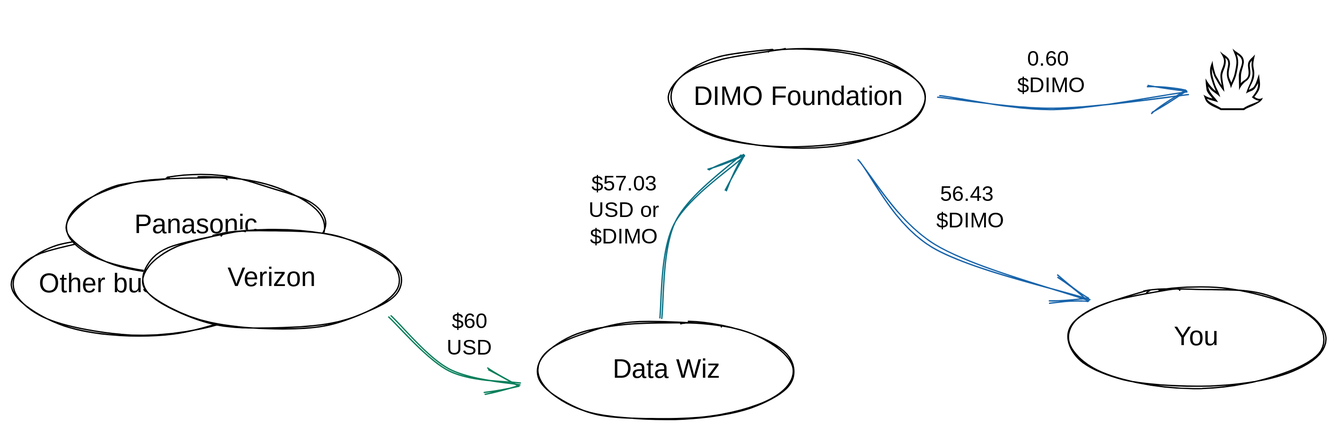
This is .gitbook/assets/file.drawing (5).svg from DIMO-Network/DIP, a Excalidraw export, as it was before one commit. Source tidied: one line per element, renumbered; positions are measured from the earlier drawing's top-left corner, leaving out a move shared by most shapes. The source it was exported from:
```json
{"id": 0, "type": "ellipse", "strokeColor": "#000000", "backgroundColor": "#ffffff", "fillStyle": "solid", "strokeWidth": 1, "roughness": 1, "x": 0, "y": 168, "width": 194, "height": 75}
{"id": 1, "type": "text", "text": "Other businesses", "strokeColor": "#000000", "strokeWidth": 1, "roughness": 1, "fontSize": 20, "fontFamily": 1, "textAlign": "center", "verticalAlign": "middle", "inside": 0, "x": 13, "y": 193, "width": 168, "height": 23}
{"id": 2, "type": "ellipse", "strokeColor": "#000000", "backgroundColor": "#ffffff", "fillStyle": "solid", "strokeWidth": 1, "roughness": 1, "x": 796, "y": 208, "width": 194, "height": 75}
{"id": 3, "type": "text", "text": "You", "strokeColor": "#000000", "strokeWidth": 1, "roughness": 1, "fontSize": 20, "fontFamily": 1, "textAlign": "center", "verticalAlign": "middle", "inside": 2, "x": 876, "y": 234, "width": 35, "height": 23}
{"id": 4, "type": "ellipse", "strokeColor": "#000000", "backgroundColor": "#ffffff", "fillStyle": "solid", "strokeWidth": 1, "roughness": 1, "x": 41, "y": 123, "width": 194, "height": 75}
{"id": 5, "type": "text", "text": "Panasonic", "strokeColor": "#000000", "strokeWidth": 1, "roughness": 1, "fontSize": 20, "fontFamily": 1, "textAlign": "center", "verticalAlign": "middle", "inside": 4, "x": 89, "y": 149, "width": 97, "height": 23}
{"id": 6, "type": "ellipse", "strokeColor": "#000000", "backgroundColor": "#ffffff", "fillStyle": "solid", "strokeWidth": 1, "roughness": 1, "x": 98, "y": 163, "width": 194, "height": 75}
{"id": 7, "type": "text", "text": "Verizon", "strokeColor": "#000000", "strokeWidth": 1, "roughness": 1, "fontSize": 20, "fontFamily": 1, "textAlign": "center", "verticalAlign": "middle", "inside": 6, "x": 161, "y": 189, "width": 68, "height": 23}
{"id": 8, "type": "ellipse", "strokeColor": "#000000", "backgroundColor": "#ffffff", "fillStyle": "solid", "strokeWidth": 1, "roughness": 1, "x": 396, "y": 233, "width": 194, "height": 75}
{"id": 9, "type": "text", "text": "Data Wiz", "strokeColor": "#000000", "strokeWidth": 1, "roughness": 1, "fontSize": 20, "fontFamily": 1, "textAlign": "center", "verticalAlign": "middle", "inside": 8, "x": 445, "y": 258, "width": 96, "height": 23}
{"id": 10, "type": "ellipse", "strokeColor": "#000000", "backgroundColor": "#ffffff", "fillStyle": "solid", "strokeWidth": 1, "roughness": 1, "x": 495, "y": 26, "width": 194, "height": 75}
{"id": 11, "type": "text", "text": "DIMO Foundation", "strokeColor": "#000000", "strokeWidth": 1, "roughness": 1, "fontSize": 20, "fontFamily": 1, "textAlign": "center", "verticalAlign": "middle", "inside": 10, "x": 506, "y": 52, "width": 172, "height": 23}
{"id": 12, "type": "text", "text": "🔥", "strokeColor": "#000000", "strokeWidth": 1, "roughness": 1, "fontSize": 67.58, "fontFamily": 1, "x": 896, "y": 0, "width": 81, "height": 98}
{"id": 13, "type": "arrow", "strokeColor": "#087f5b", "strokeWidth": 1, "roughness": 1, "endArrowhead": "arrow", "from": 6, "to": 8, "x": 284, "y": 229, "width": 98, "height": 50, "points": [[0, 0], [44, 41], [98, 50]]}
{"id": 14, "type": "arrow", "strokeColor": "#0b7285", "strokeWidth": 1, "roughness": 1, "endArrowhead": "arrow", "from": 8, "to": 10, "x": 490, "y": 229, "width": 61, "height": 122, "points": [[0, 0], [10, -72], [61, -122]]}
{"id": 15, "type": "arrow", "strokeColor": "#1864ab", "strokeWidth": 1, "roughness": 1, "endArrowhead": "arrow", "from": 10, "to": 2, "x": 638, "y": 112, "width": 175, "height": 106, "points": [[0, 0], [56, 65], [175, 106]]}
{"id": 16, "type": "arrow", "strokeColor": "#1864ab", "strokeWidth": 1, "roughness": 1, "endArrowhead": "arrow", "from": 10, "to": 12, "x": 699, "y": 64, "width": 189, "height": 12, "points": [[0, 0], [85, 9], [189, -3]]}
{"id": 17, "type": "text", "text": "0.60 \n$DIMO", "strokeColor": "#000000", "strokeWidth": 1, "roughness": 1, "fontSize": 16, "fontFamily": 1, "textAlign": "center", "x": 753, "y": 25, "width": 60, "height": 40}
{"id": 18, "type": "text", "text": "56.43 \n$DIMO", "strokeColor": "#000000", "strokeWidth": 1, "roughness": 1, "fontSize": 16, "fontFamily": 1, "textAlign": "center", "x": 692, "y": 128, "width": 60, "height": 40}
{"id": 19, "type": "text", "text": "$60\nUSD", "strokeColor": "#000000", "strokeWidth": 1, "roughness": 1, "fontSize": 16, "fontFamily": 1, "textAlign": "center", "x": 326, "y": 224, "width": 36, "height": 40}
{"id": 20, "type": "text", "text": "$57.03\nUSD or\n$DIMO", "strokeColor": "#000000", "strokeWidth": 1, "roughness": 1, "fontSize": 16, "fontFamily": 1, "textAlign": "center", "x": 431, "y": 120, "width": 60, "height": 60}
```
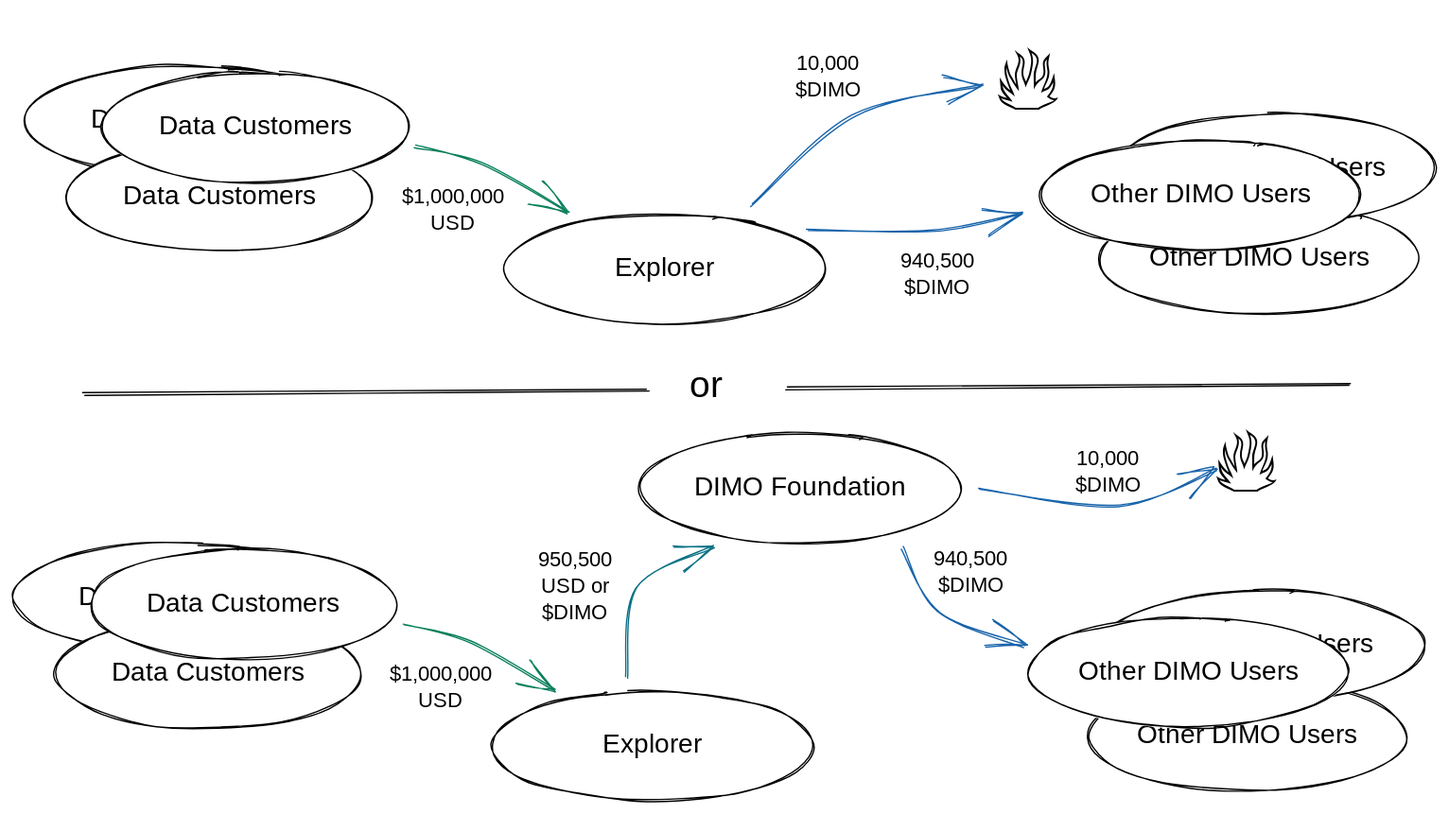
After the change.

The edit, as a diff of the source:
```diff
@@ -1,21 +1,49 @@
-{"id": 0, "type": "ellipse", "strokeColor": "#000000", "backgroundColor": "#ffffff", "fillStyle": "solid", "strokeWidth": 1, "roughness": 1, "x": 0, "y": 168, "width": 194, "height": 75}
-{"id": 1, "type": "text", "text": "Other businesses", "strokeColor": "#000000", "strokeWidth": 1, "roughness": 1, "fontSize": 20, "fontFamily": 1, "textAlign": "center", "verticalAlign": "middle", "inside": 0, "x": 13, "y": 193, "width": 168, "height": 23}
-{"id": 2, "type": "ellipse", "strokeColor": "#000000", "backgroundColor": "#ffffff", "fillStyle": "solid", "strokeWidth": 1, "roughness": 1, "x": 796, "y": 208, "width": 194, "height": 75}
-{"id": 3, "type": "text", "text": "You", "strokeColor": "#000000", "strokeWidth": 1, "roughness": 1, "fontSize": 20, "fontFamily": 1, "textAlign": "center", "verticalAlign": "middle", "inside": 2, "x": 876, "y": 234, "width": 35, "height": 23}
-{"id": 4, "type": "ellipse", "strokeColor": "#000000", "backgroundColor": "#ffffff", "fillStyle": "solid", "strokeWidth": 1, "roughness": 1, "x": 41, "y": 123, "width": 194, "height": 75}
-{"id": 5, "type": "text", "text": "Panasonic", "strokeColor": "#000000", "strokeWidth": 1, "roughness": 1, "fontSize": 20, "fontFamily": 1, "textAlign": "center", "verticalAlign": "middle", "inside": 4, "x": 89, "y": 149, "width": 97, "height": 23}
-{"id": 6, "type": "ellipse", "strokeColor": "#000000", "backgroundColor": "#ffffff", "fillStyle": "solid", "strokeWidth": 1, "roughness": 1, "x": 98, "y": 163, "width": 194, "height": 75}
-{"id": 7, "type": "text", "text": "Verizon", "strokeColor": "#000000", "strokeWidth": 1, "roughness": 1, "fontSize": 20, "fontFamily": 1, "textAlign": "center", "verticalAlign": "middle", "inside": 6, "x": 161, "y": 189, "width": 68, "height": 23}
-{"id": 8, "type": "ellipse", "strokeColor": "#000000", "backgroundColor": "#ffffff", "fillStyle": "solid", "strokeWidth": 1, "roughness": 1, "x": 396, "y": 233, "width": 194, "height": 75}
-{"id": 9, "type": "text", "text": "Data Wiz", "strokeColor": "#000000", "strokeWidth": 1, "roughness": 1, "fontSize": 20, "fontFamily": 1, "textAlign": "center", "verticalAlign": "middle", "inside": 8, "x": 445, "y": 258, "width": 96, "height": 23}
-{"id": 10, "type": "ellipse", "strokeColor": "#000000", "backgroundColor": "#ffffff", "fillStyle": "solid", "strokeWidth": 1, "roughness": 1, "x": 495, "y": 26, "width": 194, "height": 75}
+{"id": 21, "type": "ellipse", "strokeColor": "#000000", "backgroundColor": "#ffffff", "fillStyle": "solid", "strokeWidth": 1, "roughness": 1, "x": -2, "y": 105, "width": 244, "height": 83}
+{"id": 22, "type": "text", "text": "Data Customers", "strokeColor": "#000000", "strokeWidth": 1, "roughness": 1, "fontSize": 20, "fontFamily": 1, "textAlign": "center", "verticalAlign": "middle", "inside": 21, "x": 37, "y": 135, "width": 166, "height": 23}
+{"id": 23, "type": "ellipse", "strokeColor": "#000000", "backgroundColor": "#ffffff", "fillStyle": "solid", "strokeWidth": 1, "roughness": 1, "x": 30, "y": 162, "width": 231, "height": 83}
+{"id": 24, "type": "text", "text": "Data Customers", "strokeColor": "#000000", "strokeWidth": 1, "roughness": 1, "fontSize": 20, "fontFamily": 1, "textAlign": "center", "verticalAlign": "middle", "inside": 23, "x": 62, "y": 192, "width": 166, "height": 23}
+{"id": 25, "type": "ellipse", "strokeColor": "#000000", "backgroundColor": "#ffffff", "fillStyle": "solid", "strokeWidth": 1, "roughness": 1, "x": 56, "y": 110, "width": 231, "height": 83}
+{"id": 26, "type": "text", "text": "Data Customers", "strokeColor": "#000000", "strokeWidth": 1, "roughness": 1, "fontSize": 20, "fontFamily": 1, "textAlign": "center", "verticalAlign": "middle", "inside": 25, "x": 89, "y": 140, "width": 166, "height": 23}
+{"id": 27, "type": "ellipse", "strokeColor": "#000000", "backgroundColor": "#ffffff", "fillStyle": "solid", "strokeWidth": 1, "roughness": 1, "x": 471, "y": 22, "width": 242, "height": 83}
-{"id": 11, "type": "text", "text": "DIMO Foundation", "strokeColor": "#000000", "strokeWidth": 1, "roughness": 1, "fontSize": 20, "fontFamily": 1, "textAlign": "center", "verticalAlign": "middle", "inside": 10, "x": 506, "y": 52, "width": 172, "height": 23}
+{"id": 11, "type": "text", "text": "DIMO Foundation", "strokeColor": "#000000", "strokeWidth": 1, "roughness": 1, "fontSize": 20, "fontFamily": 1, "textAlign": "center", "verticalAlign": "middle", "inside": 27, "x": 506, "y": 52, "width": 172, "height": 23}
-{"id": 12, "type": "text", "text": "🔥", "strokeColor": "#000000", "strokeWidth": 1, "roughness": 1, "fontSize": 67.58, "fontFamily": 1, "x": 896, "y": 0, "width": 81, "height": 98}
-{"id": 13, "type": "arrow", "strokeColor": "#087f5b", "strokeWidth": 1, "roughness": 1, "endArrowhead": "arrow", "from": 6, "to": 8, "x": 284, "y": 229, "width": 98, "height": 50, "points": [[0, 0], [44, 41], [98, 50]]}
-{"id": 14, "type": "arrow", "strokeColor": "#0b7285", "strokeWidth": 1, "roughness": 1, "endArrowhead": "arrow", "from": 8, "to": 10, "x": 490, "y": 229, "width": 61, "height": 122, "points": [[0, 0], [10, -72], [61, -122]]}
-{"id": 15, "type": "arrow", "strokeColor": "#1864ab", "strokeWidth": 1, "roughness": 1, "endArrowhead": "arrow", "from": 10, "to": 2, "x": 638, "y": 112, "width": 175, "height": 106, "points": [[0, 0], [56, 65], [175, 106]]}
-{"id": 16, "type": "arrow", "strokeColor": "#1864ab", "strokeWidth": 1, "roughness": 1, "endArrowhead": "arrow", "from": 10, "to": 12, "x": 699, "y": 64, "width": 189, "height": 12, "points": [[0, 0], [85, 9], [189, -3]]}
-{"id": 17, "type": "text", "text": "0.60 \n$DIMO", "strokeColor": "#000000", "strokeWidth": 1, "roughness": 1, "fontSize": 16, "fontFamily": 1, "textAlign": "center", "x": 753, "y": 25, "width": 60, "height": 40}
-{"id": 18, "type": "text", "text": "56.43 \n$DIMO", "strokeColor": "#000000", "strokeWidth": 1, "roughness": 1, "fontSize": 16, "fontFamily": 1, "textAlign": "center", "x": 692, "y": 128, "width": 60, "height": 40}
-{"id": 19, "type": "text", "text": "$60\nUSD", "strokeColor": "#000000", "strokeWidth": 1, "roughness": 1, "fontSize": 16, "fontFamily": 1, "textAlign": "center", "x": 326, "y": 224, "width": 36, "height": 40}
-{"id": 20, "type": "text", "text": "$57.03\nUSD or\n$DIMO", "strokeColor": "#000000", "strokeWidth": 1, "roughness": 1, "fontSize": 16, "fontFamily": 1, "textAlign": "center", "x": 431, "y": 120, "width": 60, "height": 60}
+{"id": 28, "type": "ellipse", "strokeColor": "#000000", "backgroundColor": "#ffffff", "fillStyle": "solid", "strokeWidth": 1, "roughness": 1, "x": 360, "y": 217, "width": 242, "height": 83}
+{"id": 29, "type": "text", "text": "Explorer", "strokeColor": "#000000", "strokeWidth": 1, "roughness": 1, "fontSize": 20, "fontFamily": 1, "textAlign": "center", "verticalAlign": "middle", "inside": 28, "x": 441, "y": 246, "width": 81, "height": 23}
+{"id": 30, "type": "ellipse", "strokeColor": "#000000", "backgroundColor": "#ffffff", "fillStyle": "solid", "strokeWidth": 1, "roughness": 1, "x": 809, "y": 210, "width": 242, "height": 83}
+{"id": 31, "type": "text", "text": "Other DIMO Users", "strokeColor": "#000000", "strokeWidth": 1, "roughness": 1, "fontSize": 20, "fontFamily": 1, "textAlign": "center", "verticalAlign": "middle", "inside": 30, "x": 836, "y": 239, "width": 189, "height": 23}
+{"id": 32, "type": "ellipse", "strokeColor": "#000000", "backgroundColor": "#ffffff", "fillStyle": "solid", "strokeWidth": 1, "roughness": 1, "x": 821, "y": 141, "width": 242, "height": 83}
+{"id": 33, "type": "text", "text": "Other DIMO Users", "strokeColor": "#000000", "strokeWidth": 1, "roughness": 1, "fontSize": 20, "fontFamily": 1, "textAlign": "center", "verticalAlign": "middle", "inside": 32, "x": 848, "y": 171, "width": 189, "height": 23}
+{"id": 34, "type": "ellipse", "strokeColor": "#000000", "backgroundColor": "#ffffff", "fillStyle": "solid", "strokeWidth": 1, "roughness": 1, "x": 765, "y": 161, "width": 242, "height": 83}
+{"id": 35, "type": "text", "text": "Other DIMO Users", "strokeColor": "#000000", "strokeWidth": 1, "roughness": 1, "fontSize": 20, "fontFamily": 1, "textAlign": "center", "verticalAlign": "middle", "inside": 34, "x": 791, "y": 191, "width": 189, "height": 23}
+{"id": 36, "type": "text", "text": "🔥", "strokeColor": "#000000", "backgroundColor": "#ffffff", "fillStyle": "solid", "strokeWidth": 1, "roughness": 1, "fontSize": 68.22, "fontFamily": 1, "x": 904, "y": -7, "width": 82, "height": 99}
+{"id": 37, "type": "arrow", "strokeColor": "#087f5b", "backgroundColor": "#ffffff", "fillStyle": "solid", "strokeWidth": 1, "roughness": 1, "endArrowhead": "arrow", "from": 25, "to": 28, "x": 293, "y": 166, "width": 115, "height": 50, "points": [[0, 0], [52, 14], [115, 50]]}
+{"id": 38, "type": "arrow", "strokeColor": "#0b7285", "backgroundColor": "#ffffff", "fillStyle": "solid", "strokeWidth": 1, "roughness": 1, "endArrowhead": "arrow", "from": 28, "to": 27, "x": 462, "y": 207, "width": 65, "height": 100, "points": [[0, 0], [8, -69], [65, -100]]}
+{"id": 39, "type": "arrow", "strokeColor": "#1864ab", "backgroundColor": "#ffffff", "fillStyle": "solid", "strokeWidth": 1, "roughness": 1, "endArrowhead": "arrow", "from": 27, "to": 34, "x": 671, "y": 109, "width": 92, "height": 75, "points": [[0, 0], [26, 49], [92, 75]]}
+{"id": 40, "type": "arrow", "strokeColor": "#1864ab", "backgroundColor": "#ffffff", "fillStyle": "solid", "strokeWidth": 1, "roughness": 1, "endArrowhead": "arrow", "from": 27, "x": 727, "y": 64, "width": 179, "height": 27, "points": [[0, 0], [106, 13], [179, -14]]}
+{"id": 41, "type": "text", "text": "$1,000,000\nUSD", "strokeColor": "#000000", "backgroundColor": "#ffffff", "fillStyle": "solid", "strokeWidth": 1, "roughness": 1, "fontSize": 16, "fontFamily": 1, "textAlign": "center", "x": 275, "y": 195, "width": 92, "height": 40}
+{"id": 42, "type": "text", "text": "950,500\nUSD or\n$DIMO", "strokeColor": "#000000", "backgroundColor": "#ffffff", "fillStyle": "solid", "strokeWidth": 1, "roughness": 1, "fontSize": 16, "fontFamily": 1, "textAlign": "center", "x": 388, "y": 109, "width": 68, "height": 60}
+{"id": 43, "type": "text", "text": "940,500\n$DIMO", "strokeColor": "#000000", "backgroundColor": "#ffffff", "fillStyle": "solid", "strokeWidth": 1, "roughness": 1, "fontSize": 16, "fontFamily": 1, "textAlign": "center", "x": 687, "y": 108, "width": 68, "height": 40}
+{"id": 44, "type": "text", "text": "10,000\n$DIMO", "strokeColor": "#000000", "backgroundColor": "#ffffff", "fillStyle": "solid", "strokeWidth": 1, "roughness": 1, "fontSize": 16, "fontFamily": 1, "textAlign": "center", "x": 795, "y": 32, "width": 60, "height": 40}
+{"id": 45, "type": "ellipse", "strokeColor": "#000000", "backgroundColor": "#ffffff", "fillStyle": "solid", "strokeWidth": 1, "roughness": 1, "x": 8, "y": -255, "width": 244, "height": 83}
+{"id": 46, "type": "text", "text": "Data Customers", "strokeColor": "#000000", "strokeWidth": 1, "roughness": 1, "fontSize": 20, "fontFamily": 1, "textAlign": "center", "verticalAlign": "middle", "inside": 45, "x": 47, "y": -225, "width": 166, "height": 23}
+{"id": 47, "type": "ellipse", "strokeColor": "#000000", "backgroundColor": "#ffffff", "fillStyle": "solid", "strokeWidth": 1, "roughness": 1, "x": 39, "y": -198, "width": 231, "height": 83}
+{"id": 48, "type": "text", "text": "Data Customers", "strokeColor": "#000000", "strokeWidth": 1, "roughness": 1, "fontSize": 20, "fontFamily": 1, "textAlign": "center", "verticalAlign": "middle", "inside": 47, "x": 71, "y": -168, "width": 166, "height": 23}
+{"id": 49, "type": "ellipse", "strokeColor": "#000000", "backgroundColor": "#ffffff", "fillStyle": "solid", "strokeWidth": 1, "roughness": 1, "x": 66, "y": -250, "width": 231, "height": 83}
+{"id": 50, "type": "text", "text": "Data Customers", "strokeColor": "#000000", "strokeWidth": 1, "roughness": 1, "fontSize": 20, "fontFamily": 1, "textAlign": "center", "verticalAlign": "middle", "inside": 49, "x": 98, "y": -220, "width": 166, "height": 23}
+{"id": 51, "type": "ellipse", "strokeColor": "#000000", "backgroundColor": "#ffffff", "fillStyle": "solid", "strokeWidth": 1, "roughness": 1, "x": 369, "y": -144, "width": 242, "height": 83}
+{"id": 52, "type": "text", "text": "Explorer", "strokeColor": "#000000", "strokeWidth": 1, "roughness": 1, "fontSize": 20, "fontFamily": 1, "textAlign": "center", "verticalAlign": "middle", "inside": 51, "x": 450, "y": -114, "width": 81, "height": 23}
+{"id": 53, "type": "ellipse", "strokeColor": "#000000", "backgroundColor": "#ffffff", "fillStyle": "solid", "strokeWidth": 1, "roughness": 1, "x": 818, "y": -151, "width": 242, "height": 83}
+{"id": 54, "type": "text", "text": "Other DIMO Users", "strokeColor": "#000000", "strokeWidth": 1, "roughness": 1, "fontSize": 20, "fontFamily": 1, "textAlign": "center", "verticalAlign": "middle", "inside": 53, "x": 845, "y": -121, "width": 189, "height": 23}
+{"id": 55, "type": "ellipse", "strokeColor": "#000000", "backgroundColor": "#ffffff", "fillStyle": "solid", "strokeWidth": 1, "roughness": 1, "x": 831, "y": -219, "width": 242, "height": 83}
+{"id": 56, "type": "text", "text": "Other DIMO Users", "strokeColor": "#000000", "strokeWidth": 1, "roughness": 1, "fontSize": 20, "fontFamily": 1, "textAlign": "center", "verticalAlign": "middle", "inside": 55, "x": 857, "y": -190, "width": 189, "height": 23}
+{"id": 57, "type": "ellipse", "strokeColor": "#000000", "backgroundColor": "#ffffff", "fillStyle": "solid", "strokeWidth": 1, "roughness": 1, "x": 774, "y": -199, "width": 242, "height": 83}
+{"id": 58, "type": "text", "text": "Other DIMO Users", "strokeColor": "#000000", "strokeWidth": 1, "roughness": 1, "fontSize": 20, "fontFamily": 1, "textAlign": "center", "verticalAlign": "middle", "inside": 57, "x": 800, "y": -169, "width": 189, "height": 23}
+{"id": 59, "type": "text", "text": "🔥", "strokeColor": "#000000", "backgroundColor": "#ffffff", "fillStyle": "solid", "strokeWidth": 1, "roughness": 1, "fontSize": 68.22, "fontFamily": 1, "x": 739, "y": -295, "width": 82, "height": 99}
+{"id": 60, "type": "arrow", "strokeColor": "#087f5b", "backgroundColor": "#ffffff", "fillStyle": "solid", "strokeWidth": 1, "roughness": 1, "endArrowhead": "arrow", "from": 49, "to": 51, "x": 302, "y": -195, "width": 115, "height": 50, "points": [[0, 0], [52, 14], [115, 50]]}
+{"id": 61, "type": "arrow", "strokeColor": "#1864ab", "backgroundColor": "#ffffff", "fillStyle": "solid", "strokeWidth": 1, "roughness": 1, "endArrowhead": "arrow", "from": 51, "to": 57, "x": 599, "y": -131, "width": 162, "height": 13, "points": [[0, 0], [95, 1], [162, -12]]}
+{"id": 62, "type": "arrow", "strokeColor": "#1864ab", "backgroundColor": "#ffffff", "fillStyle": "solid", "strokeWidth": 1, "roughness": 1, "endArrowhead": "arrow", "from": 51, "to": 59, "x": 556, "y": -151, "width": 173, "height": 90, "points": [[0, 0], [77, -67], [173, -90]]}
+{"id": 63, "type": "text", "text": "$1,000,000\nUSD", "strokeColor": "#000000", "backgroundColor": "#ffffff", "fillStyle": "solid", "strokeWidth": 1, "roughness": 1, "fontSize": 16, "fontFamily": 1, "textAlign": "center", "x": 284, "y": -165, "width": 92, "height": 40}
+{"id": 64, "type": "text", "text": "940,500\n$DIMO", "strokeColor": "#000000", "backgroundColor": "#ffffff", "fillStyle": "solid", "strokeWidth": 1, "roughness": 1, "fontSize": 16, "fontFamily": 1, "textAlign": "center", "x": 662, "y": -117, "width": 68, "height": 40}
+{"id": 65, "type": "text", "text": "10,000\n$DIMO", "strokeColor": "#000000", "backgroundColor": "#ffffff", "fillStyle": "solid", "strokeWidth": 1, "roughness": 1, "fontSize": 16, "fontFamily": 1, "textAlign": "center", "x": 584, "y": -266, "width": 60, "height": 40}
+{"id": 66, "type": "text", "text": "or", "strokeColor": "#000000", "backgroundColor": "#ffffff", "fillStyle": "solid", "strokeWidth": 1, "roughness": 1, "fontSize": 28, "fontFamily": 1, "textAlign": "center", "x": 507, "y": -30, "width": 30, "height": 35}
+{"id": 67, "type": "line", "strokeColor": "#000000", "strokeWidth": 1, "roughness": 1, "x": 52, "y": -8, "width": 426, "height": 3, "points": [[0, 0], [426, -3]]}
+{"id": 68, "type": "line", "strokeColor": "#000000", "strokeWidth": 1, "roughness": 1, "x": 583, "y": -12, "width": 426, "height": 3, "points": [[0, 0], [426, -3]]}
```
